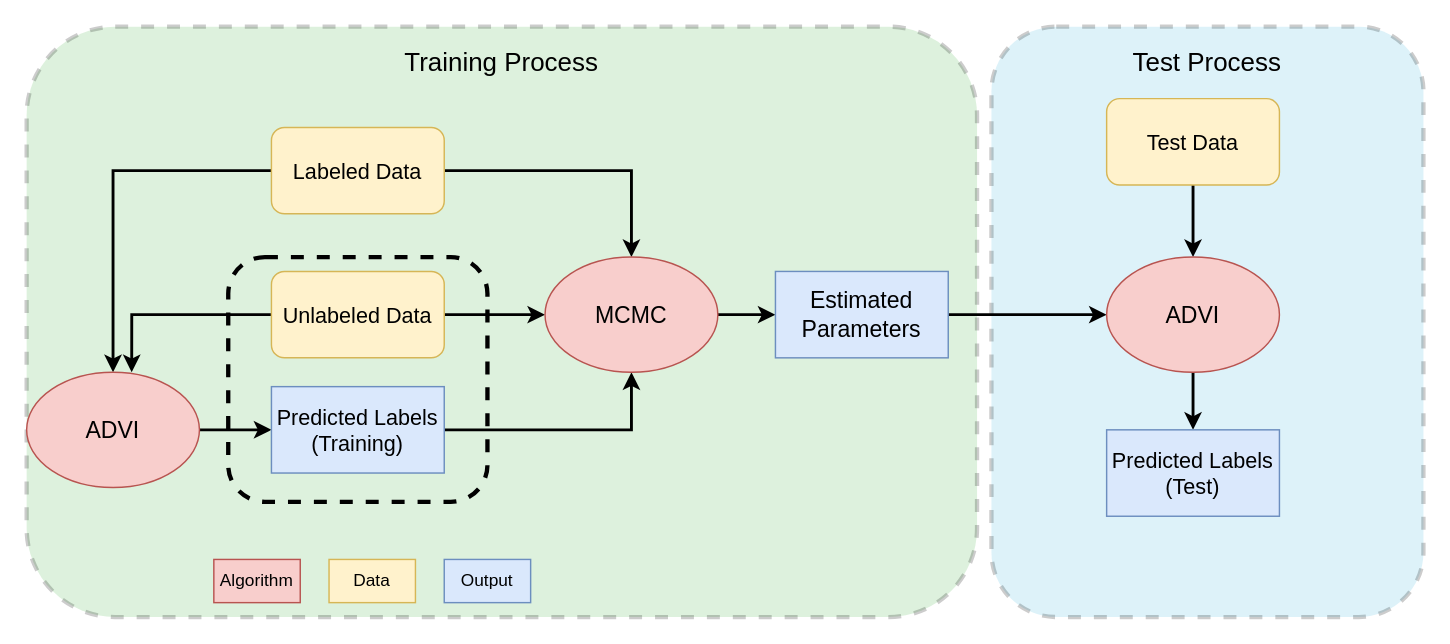
This is ADVI+MCMC for semi mixture.drawio from qipengchen/draw_io, a draw.io file, before an edit. Source tidied: cells renumbered, new cells numbered last; positions are measured from the earlier drawing's top-left corner, leaving out a move shared by most shapes. Both pictures are drawn from the tidied source at 144%, with x=0, y=0 at pixel (26, 26).
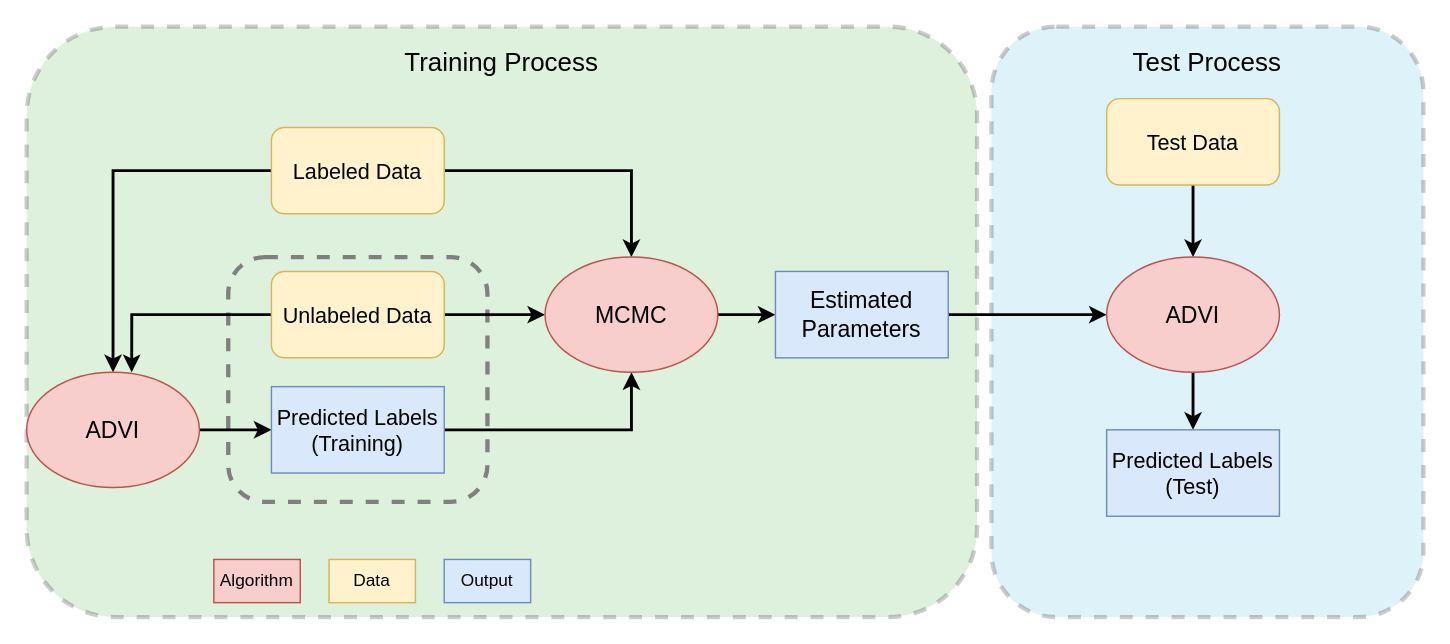
The same diagram, later.

What changed in the source:
```diff
@@
-    <mxCell id="5" style="rounded=1;whiteSpace=wrap;html=1;strokeWidth=3;dashed=1;fillColor=none;" parent="1" vertex="1">
+    <mxCell id="5" style="rounded=1;whiteSpace=wrap;html=1;strokeWidth=3;dashed=1;fillColor=none;strokeColor=#808080;" parent="1" vertex="1">
       <mxGeometry x="140" y="160" width="180" height="170" as="geometry" />
     </mxCell>
```
